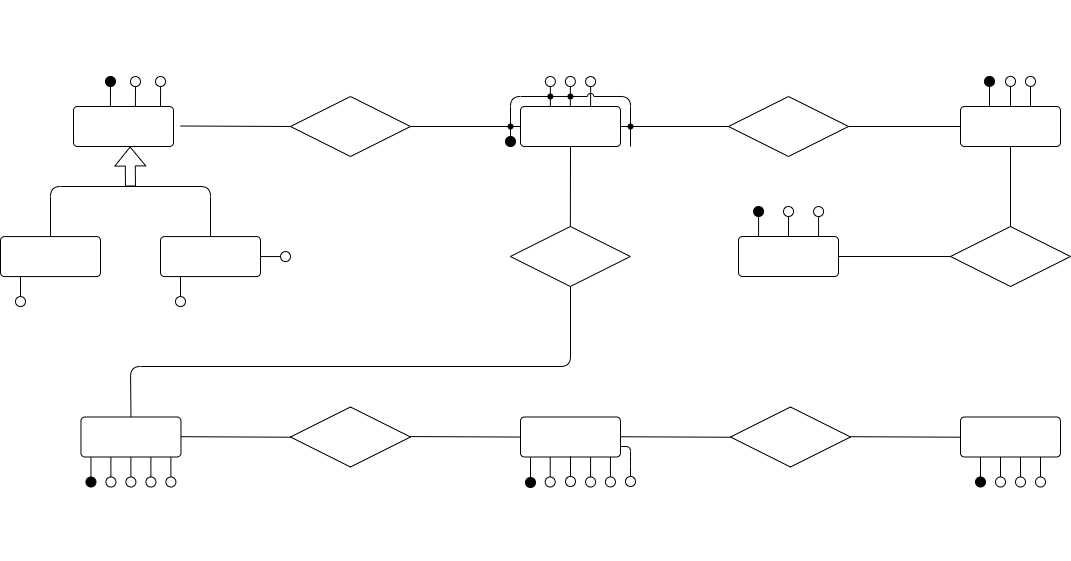
Before: Conceptual_model.drawio.png, a diagram exported from draw.io (Dani-Picciau/OwlBreak). Source tidied: cells renumbered, new cells last; positions are measured from the earlier drawing's top-left corner, leaving out a move shared by most shapes.
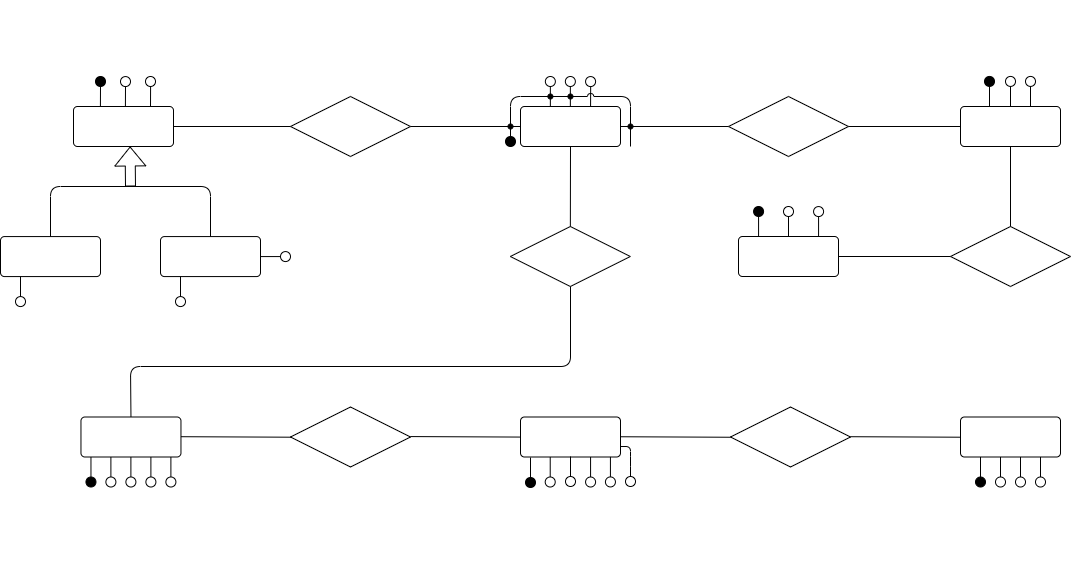
The same file after the commit.

Change to the diagram source:
```diff
@@ -1,4 +1,4 @@
-<mxGraphModel background="#ffffff">
+<mxGraphModel>
   <root>
     <mxCell id="0" />
     <mxCell id="1" parent="0" />
@@ -46,10 +46,8 @@
         </Array>
       </mxGeometry>
     </mxCell>
-    <mxCell id="11" style="endArrow=none;html=1;rounded=0;entryX=0;entryY=0.5;entryDx=0;entryDy=0;labelBackgroundColor=none;fontColor=#FFFFFF;" parent="1" edge="1" target="5">
-      <mxGeometry relative="1" as="geometry">
-        <mxPoint x="186" y="95.5" as="sourcePoint" />
-      </mxGeometry>
+    <mxCell id="11" style="endArrow=none;html=1;rounded=0;entryX=0;entryY=0.5;entryDx=0;entryDy=0;labelBackgroundColor=none;fontColor=#FFFFFF;exitX=1;exitY=0.5;exitDx=0;exitDy=0;" parent="1" edge="1" source="8" target="5">
+      <mxGeometry relative="1" as="geometry" />
     </mxCell>
     <mxCell id="12" value="(0 , N)" style="html=1;align=right;verticalAlign=bottom;rounded=0;labelBackgroundColor=none;fontColor=#FFFFFF;" parent="11" vertex="1">
       <mxGeometry x="1" relative="1" as="geometry">
@@ -129,31 +127,31 @@
       </mxGeometry>
     </mxCell>
     <mxCell id="31" value="email" style="text;html=1;align=center;verticalAlign=middle;strokeColor=none;fillColor=none;fontSize=9;rotation=-90;rounded=0;labelBackgroundColor=none;fontColor=#FFFFFF;" parent="1" vertex="1">
-      <mxGeometry x="91" y="20" width="50" height="20" as="geometry" />
+      <mxGeometry x="81" y="20" width="50" height="20" as="geometry" />
     </mxCell>
     <mxCell id="32" style="ellipse;whiteSpace=wrap;html=1;strokeWidth=1;rotation=-225;fillColor=none;rounded=0;labelBackgroundColor=none;fontColor=#FFFFFF;" parent="1" vertex="1">
-      <mxGeometry x="136" y="46.1" width="10" height="10" as="geometry" />
+      <mxGeometry x="126" y="46.1" width="10" height="10" as="geometry" />
     </mxCell>
     <mxCell id="33" style="endArrow=none;html=1;rounded=0;labelBackgroundColor=none;fontColor=#FFFFFF;" parent="1" edge="1">
       <mxGeometry relative="1" as="geometry">
-        <mxPoint x="140.9" y="76.1" as="sourcePoint" />
-        <mxPoint x="141" y="56.1" as="targetPoint" />
+        <mxPoint x="130.9" y="76.1" as="sourcePoint" />
+        <mxPoint x="131" y="56.1" as="targetPoint" />
       </mxGeometry>
     </mxCell>
     <mxCell id="34" style="ellipse;whiteSpace=wrap;html=1;strokeWidth=1;rotation=-225;fillColor=none;rounded=0;labelBackgroundColor=none;fontColor=#FFFFFF;" parent="1" vertex="1">
-      <mxGeometry x="161" y="46" width="10" height="10" as="geometry" />
+      <mxGeometry x="151" y="46" width="10" height="10" as="geometry" />
     </mxCell>
     <mxCell id="35" style="endArrow=none;html=1;rounded=0;labelBackgroundColor=none;fontColor=#FFFFFF;" parent="1" edge="1">
       <mxGeometry relative="1" as="geometry">
-        <mxPoint x="166" y="76" as="sourcePoint" />
-        <mxPoint x="166.1" y="56" as="targetPoint" />
+        <mxPoint x="156" y="76" as="sourcePoint" />
+        <mxPoint x="156.1" y="56" as="targetPoint" />
       </mxGeometry>
     </mxCell>
     <mxCell id="36" value="nome" style="text;html=1;align=center;verticalAlign=middle;strokeColor=none;fillColor=none;fontSize=9;rotation=-90;rounded=0;labelBackgroundColor=none;fontColor=#FFFFFF;" parent="1" vertex="1">
-      <mxGeometry x="115" y="20" width="50" height="20" as="geometry" />
+      <mxGeometry x="105" y="20" width="50" height="20" as="geometry" />
     </mxCell>
     <mxCell id="37" value="cognome" style="text;html=1;align=center;verticalAlign=middle;strokeColor=none;fillColor=none;fontSize=9;rotation=-90;rounded=0;labelBackgroundColor=none;fontColor=#FFFFFF;" parent="1" vertex="1">
-      <mxGeometry x="136" y="14" width="60" height="20" as="geometry" />
+      <mxGeometry x="126" y="14" width="60" height="20" as="geometry" />
     </mxCell>
     <mxCell id="38" style="ellipse;whiteSpace=wrap;html=1;strokeWidth=1;rotation=-585;fillColor=none;rounded=0;labelBackgroundColor=none;fontColor=#FFFFFF;" parent="1" vertex="1">
       <mxGeometry x="550.9" y="46" width="10" height="10" as="geometry" />
@@ -393,12 +391,12 @@
       <mxGeometry x="539.9" y="8" width="70" height="20" as="geometry" />
     </mxCell>
     <mxCell id="103" style="ellipse;whiteSpace=wrap;html=1;strokeWidth=1;rotation=-225;fillColor=#000000;rounded=0;labelBackgroundColor=none;fontColor=#FFFFFF;" parent="1" vertex="1">
-      <mxGeometry x="111" y="46" width="10" height="10" as="geometry" />
+      <mxGeometry x="101" y="46" width="10" height="10" as="geometry" />
     </mxCell>
     <mxCell id="104" style="endArrow=none;html=1;rounded=0;labelBackgroundColor=none;fontColor=#FFFFFF;" parent="1" edge="1">
       <mxGeometry relative="1" as="geometry">
-        <mxPoint x="115.9" y="76" as="sourcePoint" />
-        <mxPoint x="116" y="56" as="targetPoint" />
+        <mxPoint x="105.9" y="76" as="sourcePoint" />
+        <mxPoint x="106" y="56" as="targetPoint" />
       </mxGeometry>
     </mxCell>
     <mxCell id="105" style="group;rotation=-360;rounded=0;labelBackgroundColor=none;fontColor=#FFFFFF;whiteSpace=wrap;" parent="1" vertex="1">
@@ -511,7 +509,7 @@
         <mxPoint x="296.5" y="406.7" as="targetPoint" />
       </mxGeometry>
     </mxCell>
-    <mxCell id="134" value="(1 , N)" style="html=1;align=right;verticalAlign=bottom;rounded=0;labelBackgroundColor=none;fontColor=#FFFFFF;" parent="133" vertex="1">
+    <mxCell id="134" value="(0 , N)" style="html=1;align=right;verticalAlign=bottom;rounded=0;labelBackgroundColor=none;fontColor=#FFFFFF;" parent="133" vertex="1">
       <mxGeometry x="1" relative="1" as="geometry">
         <mxPoint x="-40" y="1" as="offset" />
       </mxGeometry>
```
